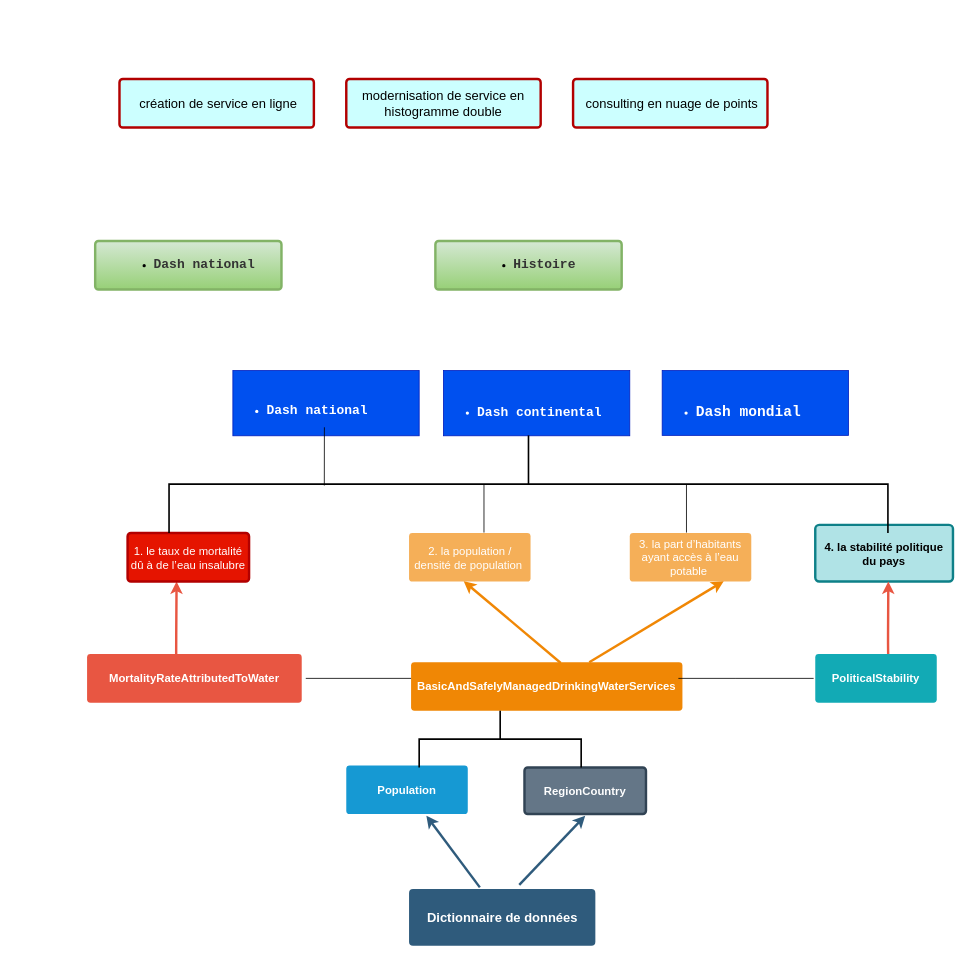
The draw.io diagram .github/workflows/Untitled Diagram.drawio in louzhixin/bootstrap, before the edit. Source tidied: cells renumbered, new cells numbered last; positions are measured from the earlier drawing's top-left corner, leaving out a move shared by most shapes. Both pictures are drawn from the tidied source at 81%, with x=0, y=0 at pixel (87, 79).
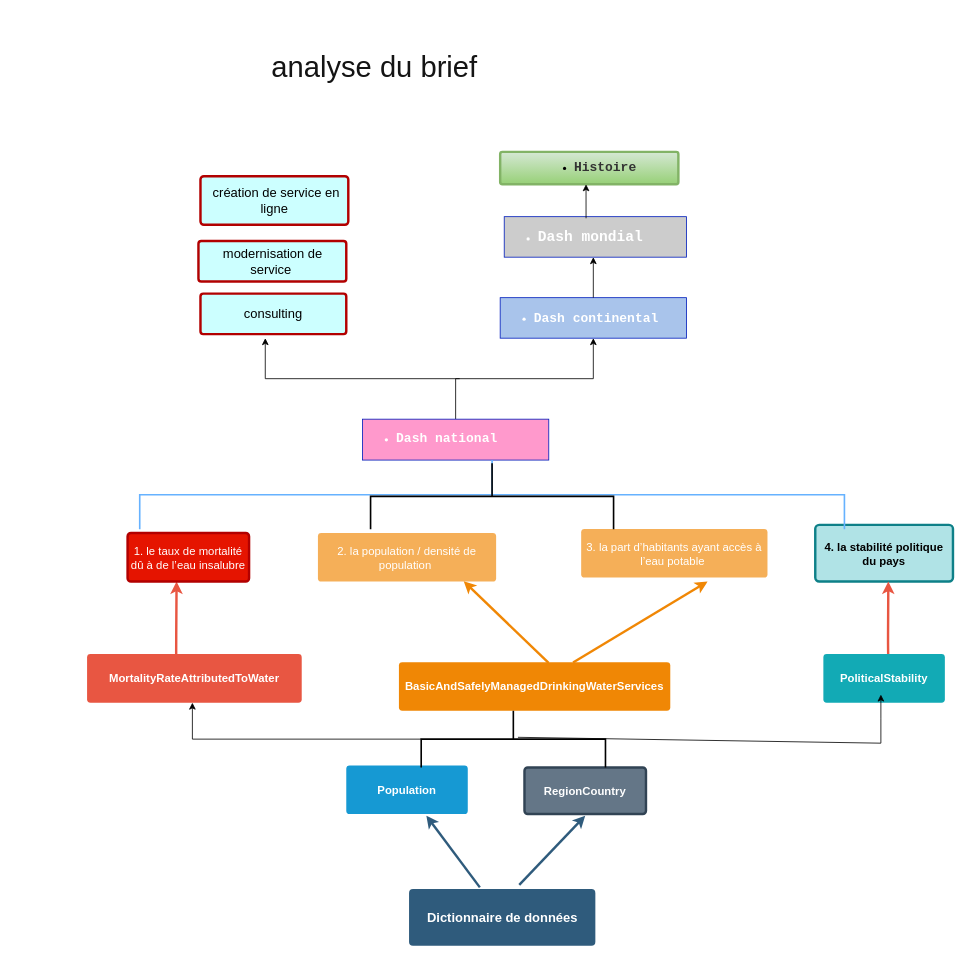
Above is the later version.

The edit, as a diff of the source:
```diff
@@
     <mxCell id="7" value="BasicAndSafelyManagedDrinkingWaterServices" style="rounded=1;whiteSpace=wrap;html=1;shadow=0;labelBackgroundColor=none;strokeColor=none;strokeWidth=3;fillColor=#F08705;fontFamily=Helvetica;fontSize=14;fontColor=#FFFFFF;align=center;spacing=5;fontStyle=1;arcSize=7;perimeterSpacing=2;" parent="1" vertex="1">
-      <mxGeometry x="400" y="720" width="335" height="60" as="geometry" />
+      <mxGeometry x="385" y="720" width="335" height="60" as="geometry" />
     </mxCell>
     <mxCell id="8" value="3. la part d’habitants ayant accès à l’eau potable&amp;nbsp;" style="rounded=1;whiteSpace=wrap;html=1;shadow=0;labelBackgroundColor=none;strokeColor=none;strokeWidth=3;fillColor=#f5af58;fontFamily=Helvetica;fontSize=14;fontColor=#FFFFFF;align=center;spacing=5;arcSize=7;perimeterSpacing=2;" parent="1" vertex="1">
-      <mxGeometry x="670" y="560.5" width="150" height="60" as="geometry" />
+      <mxGeometry x="610" y="555.5" width="230" height="60" as="geometry" />
     </mxCell>
     <mxCell id="9" style="edgeStyle=none;rounded=0;jumpStyle=none;html=1;shadow=0;labelBackgroundColor=none;startArrow=none;startFill=0;endArrow=classic;endFill=1;jettySize=auto;orthogonalLoop=1;strokeColor=#F08705;strokeWidth=3;fontFamily=Helvetica;fontSize=14;fontColor=#FFFFFF;spacing=5;" parent="1" edge="1">
       <mxGeometry relative="1" as="geometry">
-        <mxPoint x="620" y="720" as="sourcePoint" />
-        <mxPoint x="786" y="620" as="targetPoint" />
+        <mxPoint x="600" y="720.5" as="sourcePoint" />
+        <mxPoint x="766" y="620.5" as="targetPoint" />
       </mxGeometry>
     </mxCell>
     <mxCell id="10" value="PoliticalStability" style="rounded=1;whiteSpace=wrap;html=1;shadow=0;labelBackgroundColor=none;strokeColor=none;strokeWidth=3;fillColor=#12aab5;fontFamily=Helvetica;fontSize=14;fontColor=#FFFFFF;align=center;spacing=5;fontStyle=1;arcSize=7;perimeterSpacing=2;" parent="1" vertex="1">
-      <mxGeometry x="899" y="710" width="150" height="60" as="geometry" />
+      <mxGeometry x="909" y="710" width="150" height="60" as="geometry" />
     </mxCell>
@@
     <mxCell id="12" value="2. la population / densité de population&amp;nbsp;" style="rounded=1;whiteSpace=wrap;html=1;shadow=0;labelBackgroundColor=none;strokeColor=none;strokeWidth=3;fillColor=#f5af58;fontFamily=Helvetica;fontSize=14;fontColor=#FFFFFF;align=center;spacing=5;arcSize=7;perimeterSpacing=2;" parent="1" vertex="1">
-      <mxGeometry x="397.5" y="560.5" width="150" height="60" as="geometry" />
+      <mxGeometry x="285" y="560.5" width="220" height="60" as="geometry" />
     </mxCell>
@@
+    <mxCell id="33" style="edgeStyle=orthogonalEdgeStyle;rounded=0;jettySize=auto;html=1;" parent="1" edge="1" source="14" target="20">
+      <mxGeometry relative="1" as="geometry" />
+    </mxCell>
-    <mxCell id="14" value="&lt;div&gt;&lt;font face=&quot;courier new&quot; size=&quot;3&quot;&gt;&lt;b&gt;&lt;br&gt;&lt;/b&gt;&lt;/font&gt;&lt;/div&gt;&lt;ul&gt;&lt;li&gt;&lt;span id=&quot;docs-internal-guid-a96f0c7e-7fff-f5a6-9407-e30a12a7a160&quot;&gt;&lt;span style=&quot;font-family: &amp;#34;courier new&amp;#34; ; background-color: transparent ; vertical-align: baseline&quot;&gt;&lt;font size=&quot;3&quot;&gt;&lt;b&gt;Dash national&lt;/b&gt;&lt;/font&gt;&lt;/span&gt;&lt;/span&gt;&lt;br&gt;&lt;/li&gt;&lt;/ul&gt;" style="text;strokeColor=#001DBC;fillColor=#0050ef;html=1;whiteSpace=wrap;verticalAlign=middle;overflow=hidden;fontColor=#ffffff;" parent="1" vertex="1">
-      <mxGeometry x="180" y="360" width="230" height="80.5" as="geometry" />
+    <mxCell id="14" value="&lt;ul&gt;&lt;li&gt;&lt;span id=&quot;docs-internal-guid-a96f0c7e-7fff-f5a6-9407-e30a12a7a160&quot;&gt;&lt;span style=&quot;font-family: &amp;quot;courier new&amp;quot; ; background-color: transparent ; vertical-align: baseline&quot;&gt;&lt;font size=&quot;3&quot;&gt;&lt;b&gt;Dash national&lt;/b&gt;&lt;/font&gt;&lt;/span&gt;&lt;/span&gt;&lt;br&gt;&lt;/li&gt;&lt;/ul&gt;" style="text;strokeColor=#001DBC;fillColor=#FF99CC;html=1;whiteSpace=wrap;verticalAlign=middle;overflow=hidden;fontColor=#ffffff;" parent="1" vertex="1">
+      <mxGeometry x="340" y="420" width="230" height="50.5" as="geometry" />
     </mxCell>
-    <mxCell id="15" value="&lt;ul style=&quot;font-size: 12px ; text-align: left&quot;&gt;&lt;li&gt;&lt;span id=&quot;docs-internal-guid-a96f0c7e-7fff-f5a6-9407-e30a12a7a160&quot;&gt;&lt;span style=&quot;font-family: &amp;#34;courier new&amp;#34; ; background-color: transparent ; vertical-align: baseline&quot;&gt;&lt;font size=&quot;3&quot; color=&quot;#333333&quot;&gt;&lt;b&gt;Dash national&lt;/b&gt;&lt;/font&gt;&lt;/span&gt;&lt;/span&gt;&lt;/li&gt;&lt;/ul&gt;" style="rounded=1;whiteSpace=wrap;html=1;shadow=0;labelBackgroundColor=none;strokeWidth=3;fillColor=#d5e8d4;fontFamily=Helvetica;fontSize=14;align=center;spacing=5;arcSize=7;perimeterSpacing=2;gradientColor=#97d077;strokeColor=#82b366;" parent="1" vertex="1">
-      <mxGeometry x="10" y="200" width="230" height="60" as="geometry" />
-    </mxCell>
-    <mxCell id="16" value="&lt;span id=&quot;docs-internal-guid-3d5bd82d-7fff-8852-7b63-7e09260d47e0&quot;&gt;&lt;span style=&quot;font-size: 12pt ; font-family: &amp;#34;arial&amp;#34; ; color: rgb(0 , 0 , 0) ; background-color: transparent ; vertical-align: baseline&quot;&gt;&amp;nbsp;création de service en ligne&lt;/span&gt;&lt;/span&gt;" style="rounded=1;whiteSpace=wrap;html=1;shadow=0;labelBackgroundColor=none;strokeColor=#B20000;strokeWidth=3;fillColor=#CCFFFF;fontFamily=Helvetica;fontSize=14;fontColor=#ffffff;align=center;spacing=5;arcSize=7;perimeterSpacing=2;" parent="1" vertex="1">
-      <mxGeometry x="40" width="240" height="60" as="geometry" />
+    <mxCell id="16" value="&lt;span style=&quot;color: rgb(0, 0, 0); font-family: arial; font-size: 16px;&quot;&gt;modernisation de service&amp;nbsp;&lt;/span&gt;" style="rounded=1;whiteSpace=wrap;html=1;shadow=0;labelBackgroundColor=none;strokeColor=#B20000;strokeWidth=3;fillColor=#CCFFFF;fontFamily=Helvetica;fontSize=14;fontColor=#ffffff;align=center;spacing=5;arcSize=7;perimeterSpacing=2;" parent="1" vertex="1">
+      <mxGeometry x="137.5" y="200" width="182.5" height="50" as="geometry" />
     </mxCell>
-    <mxCell id="17" value="&lt;span id=&quot;docs-internal-guid-020c9f74-7fff-d90f-9446-faf1272e4d8f&quot;&gt;&lt;span style=&quot;font-size: 12pt ; font-family: &amp;#34;arial&amp;#34; ; color: rgb(0 , 0 , 0) ; background-color: transparent ; vertical-align: baseline&quot;&gt;modernisation de service en histogramme double&lt;/span&gt;&lt;/span&gt;" style="rounded=1;whiteSpace=wrap;html=1;shadow=0;labelBackgroundColor=none;strokeColor=#B20000;strokeWidth=3;fillColor=#CCFFFF;fontFamily=Helvetica;fontSize=14;fontColor=#ffffff;align=center;spacing=5;arcSize=7;perimeterSpacing=2;" parent="1" vertex="1">
-      <mxGeometry x="320" width="240" height="60" as="geometry" />
+    <mxCell id="17" value="&lt;span id=&quot;docs-internal-guid-020c9f74-7fff-d90f-9446-faf1272e4d8f&quot;&gt;&lt;span style=&quot;font-size: 12pt ; font-family: &amp;quot;arial&amp;quot; ; color: rgb(0 , 0 , 0) ; background-color: transparent ; vertical-align: baseline&quot;&gt;consulting&lt;/span&gt;&lt;/span&gt;" style="rounded=1;whiteSpace=wrap;html=1;shadow=0;labelBackgroundColor=none;strokeColor=#B20000;strokeWidth=3;fillColor=#CCFFFF;fontFamily=Helvetica;fontSize=14;fontColor=#ffffff;align=center;spacing=5;arcSize=7;perimeterSpacing=2;" parent="1" vertex="1">
+      <mxGeometry x="140" y="265" width="180" height="50" as="geometry" />
     </mxCell>
-    <mxCell id="18" value="&lt;span id=&quot;docs-internal-guid-cfa36f9d-7fff-1aff-386a-914f43558358&quot;&gt;&lt;span style=&quot;font-size: 12pt ; font-family: &amp;#34;arial&amp;#34; ; color: rgb(0 , 0 , 0) ; background-color: transparent ; vertical-align: baseline&quot;&gt;&amp;nbsp;consulting en nuage de points&lt;/span&gt;&lt;/span&gt;" style="rounded=1;whiteSpace=wrap;html=1;shadow=0;labelBackgroundColor=none;strokeColor=#B20000;strokeWidth=3;fillColor=#CCFFFF;fontFamily=Helvetica;fontSize=14;fontColor=#ffffff;align=center;spacing=5;arcSize=7;perimeterSpacing=2;" parent="1" vertex="1">
-      <mxGeometry x="600" width="240" height="60" as="geometry" />
+    <mxCell id="18" value="&lt;span style=&quot;color: rgb(0, 0, 0); font-family: arial; font-size: 16px;&quot;&gt;&amp;nbsp;création de service en ligne&lt;/span&gt;" style="rounded=1;whiteSpace=wrap;html=1;shadow=0;labelBackgroundColor=none;strokeColor=#B20000;strokeWidth=3;fillColor=#CCFFFF;fontFamily=Helvetica;fontSize=14;fontColor=#ffffff;align=center;spacing=5;arcSize=7;perimeterSpacing=2;" parent="1" vertex="1">
+      <mxGeometry x="140" y="120" width="182.5" height="60" as="geometry" />
     </mxCell>
@@
-    <mxCell id="20" value="&lt;div&gt;&lt;font face=&quot;courier new&quot;&gt;&lt;span style=&quot;font-size: 18px&quot;&gt;&lt;b&gt;&lt;br&gt;&lt;/b&gt;&lt;/span&gt;&lt;/font&gt;&lt;/div&gt;&lt;ul&gt;&lt;li&gt;&lt;font size=&quot;3&quot;&gt;&lt;b&gt;&lt;span id=&quot;docs-internal-guid-dc1c070a-7fff-9577-5b31-1ad5c942e404&quot;&gt;&lt;span style=&quot;font-family: &amp;#34;courier new&amp;#34; ; background-color: transparent ; vertical-align: baseline&quot;&gt;Dash continental&lt;/span&gt;&lt;/span&gt;&lt;/b&gt;&lt;/font&gt;&lt;/li&gt;&lt;/ul&gt;" style="text;strokeColor=#001DBC;fillColor=#0050ef;html=1;whiteSpace=wrap;verticalAlign=middle;overflow=hidden;fontColor=#ffffff;" parent="1" vertex="1">
-      <mxGeometry x="440" y="360" width="230" height="80.5" as="geometry" />
+    <mxCell id="20" value="&lt;ul&gt;&lt;li&gt;&lt;font size=&quot;3&quot;&gt;&lt;b&gt;&lt;span id=&quot;docs-internal-guid-dc1c070a-7fff-9577-5b31-1ad5c942e404&quot;&gt;&lt;span style=&quot;font-family: &amp;quot;courier new&amp;quot; ; background-color: transparent ; vertical-align: baseline&quot;&gt;Dash continental&lt;/span&gt;&lt;/span&gt;&lt;/b&gt;&lt;/font&gt;&lt;/li&gt;&lt;/ul&gt;" style="text;strokeColor=#001DBC;fillColor=#A9C4EB;html=1;whiteSpace=wrap;verticalAlign=middle;overflow=hidden;fontColor=#ffffff;" parent="1" vertex="1">
+      <mxGeometry x="510" y="270" width="230" height="50" as="geometry" />
     </mxCell>
-    <mxCell id="21" value="&lt;div&gt;&lt;font face=&quot;courier new&quot;&gt;&lt;span style=&quot;font-size: 18px&quot;&gt;&lt;b&gt;&lt;br&gt;&lt;/b&gt;&lt;/span&gt;&lt;/font&gt;&lt;/div&gt;&lt;ul&gt;&lt;li&gt;&lt;font style=&quot;font-size: 18px&quot;&gt;&lt;b&gt;&lt;span id=&quot;docs-internal-guid-63e0c139-7fff-4fa7-c3d6-cd8b07c6e42c&quot;&gt;&lt;span style=&quot;font-family: &amp;#34;courier new&amp;#34; ; background-color: transparent ; vertical-align: baseline&quot;&gt;Dash mondial&lt;/span&gt;&lt;/span&gt;&lt;/b&gt;&lt;/font&gt;&lt;/li&gt;&lt;/ul&gt;" style="text;strokeColor=#001DBC;fillColor=#0050ef;html=1;whiteSpace=wrap;verticalAlign=middle;overflow=hidden;fontColor=#ffffff;" parent="1" vertex="1">
-      <mxGeometry x="710" y="360" width="230" height="80" as="geometry" />
+    <mxCell id="21" value="&lt;ul&gt;&lt;li&gt;&lt;font style=&quot;font-size: 18px&quot;&gt;&lt;b&gt;&lt;span id=&quot;docs-internal-guid-63e0c139-7fff-4fa7-c3d6-cd8b07c6e42c&quot;&gt;&lt;span style=&quot;font-family: &amp;quot;courier new&amp;quot; ; background-color: transparent ; vertical-align: baseline&quot;&gt;Dash mondial&lt;/span&gt;&lt;/span&gt;&lt;/b&gt;&lt;/font&gt;&lt;/li&gt;&lt;/ul&gt;" style="text;strokeColor=#001DBC;fillColor=#CCCCCC;html=1;whiteSpace=wrap;verticalAlign=middle;overflow=hidden;fontColor=#ffffff;" parent="1" vertex="1">
+      <mxGeometry x="515" y="170" width="225" height="50" as="geometry" />
     </mxCell>
@@
-    <mxCell id="23" style="strokeWidth=2;html=1;shape=mxgraph.flowchart.annotation_2;align=left;labelPosition=right;labelBackgroundColor=#9999FF;fontSize=18;fontColor=#333333;fillColor=#CCFFFF;direction=south;" parent="1" vertex="1">
-      <mxGeometry x="101.2" y="440" width="887.5" height="120.5" as="geometry" />
-    </mxCell>
     <mxCell id="24" style="strokeWidth=2;html=1;shape=mxgraph.flowchart.annotation_2;align=left;labelPosition=right;labelBackgroundColor=#9999FF;fontSize=18;fontColor=#333333;fillColor=#CCFFFF;direction=south;" parent="1" vertex="1">
-      <mxGeometry x="410" y="780" width="200" height="70" as="geometry" />
+      <mxGeometry x="412.5" y="780" width="227.5" height="70" as="geometry" />
     </mxCell>
@@
-    <mxCell id="26" style="endArrow=none;html=1;rounded=0;" parent="1" edge="1">
-      <mxGeometry relative="1" as="geometry">
-        <mxPoint x="270" y="740" as="sourcePoint" />
-        <mxPoint x="400" y="740" as="targetPoint" />
-      </mxGeometry>
-    </mxCell>
-    <mxCell id="27" style="endArrow=none;html=1;rounded=0;entryX=0;entryY=0.5;entryDx=0;entryDy=0;" parent="1" edge="1" target="10">
-      <mxGeometry relative="1" as="geometry">
-        <mxPoint x="730" y="740" as="sourcePoint" />
-        <Array as="points">
-          <mxPoint x="800" y="740" />
-        </Array>
-      </mxGeometry>
-    </mxCell>
     <mxCell id="28" value="&lt;ul style=&quot;font-size: 12px ; text-align: left&quot;&gt;&lt;li&gt;&lt;span id=&quot;docs-internal-guid-a96f0c7e-7fff-f5a6-9407-e30a12a7a160&quot;&gt;&lt;span style=&quot;font-family: &amp;#34;courier new&amp;#34; ; background-color: transparent ; vertical-align: baseline&quot;&gt;&lt;font size=&quot;3&quot; color=&quot;#333333&quot;&gt;&lt;b&gt;Histoire&lt;/b&gt;&lt;/font&gt;&lt;/span&gt;&lt;/span&gt;&lt;/li&gt;&lt;/ul&gt;" style="rounded=1;whiteSpace=wrap;html=1;shadow=0;labelBackgroundColor=none;strokeWidth=3;fillColor=#d5e8d4;fontFamily=Helvetica;fontSize=14;align=center;spacing=5;arcSize=7;perimeterSpacing=2;gradientColor=#97d077;strokeColor=#82b366;" parent="1" vertex="1">
-      <mxGeometry x="430" y="200" width="230" height="60" as="geometry" />
+      <mxGeometry x="510" y="90" width="220" height="40" as="geometry" />
     </mxCell>
-    <mxCell id="29" style="endArrow=none;html=1;rounded=0;exitX=0.514;exitY=0.784;exitDx=0;exitDy=0;exitPerimeter=0;" parent="1" edge="1" source="23">
-      <mxGeometry relative="1" as="geometry">
-        <mxPoint x="293" y="430" as="targetPoint" />
-      </mxGeometry>
-    </mxCell>
-    <mxCell id="30" style="endArrow=none;html=1;rounded=0;" parent="1" edge="1">
-      <mxGeometry relative="1" as="geometry">
-        <mxPoint x="490" y="560" as="sourcePoint" />
-        <mxPoint x="490" y="500" as="targetPoint" />
-      </mxGeometry>
-    </mxCell>
-    <mxCell id="31" style="endArrow=none;html=1;rounded=0;" parent="1" edge="1">
-      <mxGeometry relative="1" as="geometry">
-        <mxPoint x="740" y="560" as="sourcePoint" />
-        <mxPoint x="740" y="500" as="targetPoint" />
-      </mxGeometry>
-    </mxCell>
@@
+    <mxCell id="34" style="endArrow=classic;html=1;rounded=0;exitX=0.5;exitY=0;exitDx=0;exitDy=0;" parent="1" edge="1" source="20">
+      <mxGeometry relative="1" as="geometry">
+        <mxPoint x="625" y="220" as="targetPoint" />
+      </mxGeometry>
+    </mxCell>
+    <mxCell id="35" style="endArrow=classic;html=1;rounded=0;exitX=0.449;exitY=0.04;exitDx=0;exitDy=0;exitPerimeter=0;" parent="1" edge="1" source="21">
+      <mxGeometry relative="1" as="geometry">
+        <mxPoint x="616" y="130" as="targetPoint" />
+      </mxGeometry>
+    </mxCell>
+    <mxCell id="36" style="endArrow=classic;html=1;rounded=0;exitX=0.468;exitY=0.475;exitDx=0;exitDy=0;exitPerimeter=0;" parent="1" edge="1" source="24">
+      <mxGeometry relative="1" as="geometry">
+        <mxPoint x="980" y="760" as="targetPoint" />
+        <Array as="points">
+          <mxPoint x="980" y="820" />
+          <mxPoint x="980" y="790" />
+        </Array>
+      </mxGeometry>
+    </mxCell>
+    <mxCell id="37" style="endArrow=classic;html=1;rounded=0;exitX=0.5;exitY=1;exitDx=0;exitDy=0;exitPerimeter=0;" parent="1" edge="1" source="24">
+      <mxGeometry relative="1" as="geometry">
+        <mxPoint x="130" y="770" as="targetPoint" />
+        <Array as="points">
+          <mxPoint x="130" y="815" />
+        </Array>
+      </mxGeometry>
+    </mxCell>
+    <mxCell id="38" style="strokeWidth=2;html=1;shape=mxgraph.flowchart.annotation_2;align=left;labelPosition=right;labelBackgroundColor=#9999FF;fontSize=18;fontColor=#333333;fillColor=#CCFFFF;direction=south;strokeColor=#66B2FF;" parent="1" vertex="1">
+      <mxGeometry x="65" y="470.5" width="870" height="85.5" as="geometry" />
+    </mxCell>
+    <mxCell id="39" style="strokeWidth=2;html=1;shape=mxgraph.flowchart.annotation_2;align=left;labelPosition=right;labelBackgroundColor=#9999FF;fontSize=18;fontColor=#333333;fillColor=#CCFFFF;direction=south;" parent="1" vertex="1">
+      <mxGeometry x="350" y="474.5" width="300" height="81.5" as="geometry" />
+    </mxCell>
+    <mxCell id="40" value="&lt;span style=&quot;color: rgba(0, 0, 0, 0.92); font-family: Montserrat; text-align: left; background-color: rgb(255, 255, 255);&quot;&gt;&lt;font style=&quot;font-size: 36px;&quot;&gt;analyse du brief&amp;nbsp;&lt;/font&gt;&lt;/span&gt;" style="text;html=1;strokeColor=none;fillColor=none;align=center;verticalAlign=middle;whiteSpace=wrap;rounded=0;shadow=0;labelBackgroundColor=none;fontFamily=Helvetica;fontSize=14;fontColor=#FFFFFF;" parent="1" vertex="1">
+      <mxGeometry x="-90" y="-80" width="900" height="130" as="geometry" />
+    </mxCell>
+    <mxCell id="41" style="endArrow=classic;html=1;rounded=0;fontFamily=Helvetica;fontSize=36;fontColor=#FFFFFF;" parent="1" edge="1">
+      <mxGeometry relative="1" as="geometry">
+        <mxPoint x="460" y="370" as="sourcePoint" />
+        <mxPoint x="220" y="320" as="targetPoint" />
+        <Array as="points">
+          <mxPoint x="220" y="370" />
+        </Array>
+      </mxGeometry>
+    </mxCell>
```
